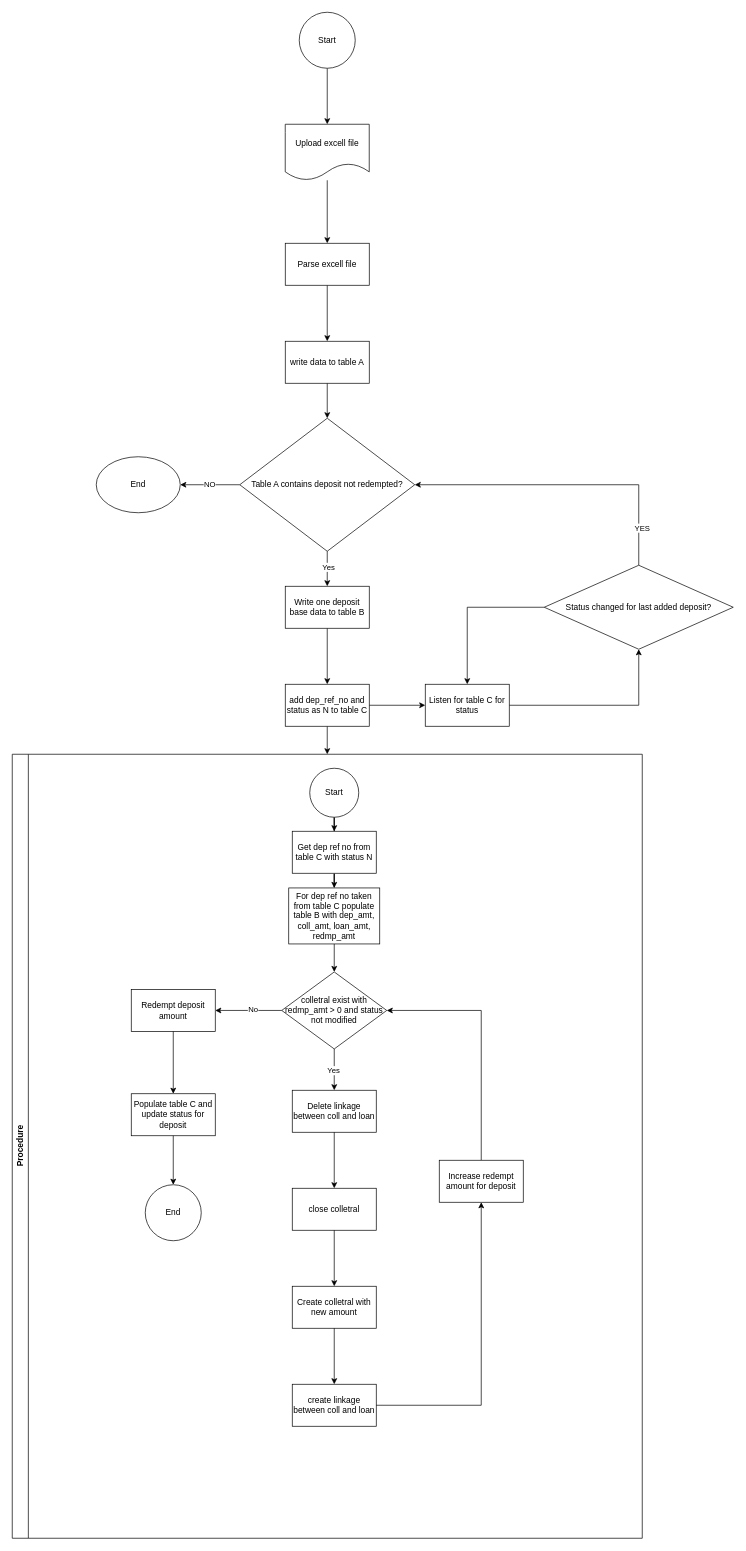
Earlier version of the draw.io diagram Untitled Diagram.drawio (mhasanov1996/diagrams). Source tidied: cells renumbered, new cells numbered last; positions are measured from the earlier drawing's top-left corner, leaving out a move shared by most shapes. Both pictures are drawn from the tidied source at 70%, with x=0, y=0 at pixel (12, 12).
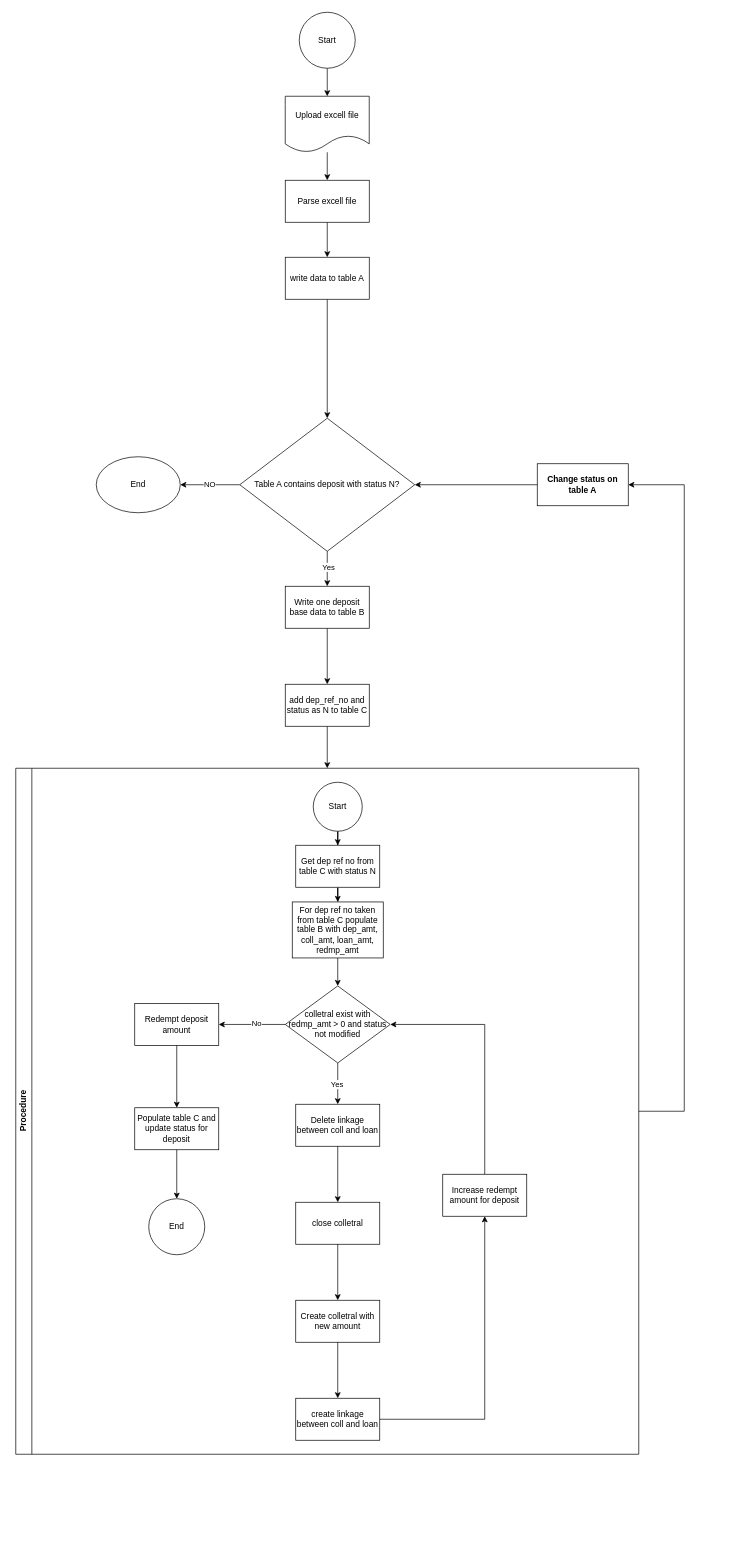
The same diagram, later.

Unchanged cells that the change refers to:
```xml
<mxCell id="51" value="add dep_ref_no and status as N to table C" style="whiteSpace=wrap;html=1;" parent="1" vertex="1">
  <mxGeometry x="390" y="960" width="120" height="60" as="geometry" />
</mxCell>
```

What changed in the source:
```diff
@@
     <mxCell id="5" value="Upload excell file" style="shape=document;whiteSpace=wrap;html=1;boundedLbl=1;" parent="1" vertex="1">
-      <mxGeometry x="390" y="160" width="120" height="80" as="geometry" />
+      <mxGeometry x="390" y="120" width="120" height="80" as="geometry" />
     </mxCell>
@@
     <mxCell id="7" value="Parse excell file" style="whiteSpace=wrap;html=1;" parent="1" vertex="1">
-      <mxGeometry x="390" y="330" width="120" height="60" as="geometry" />
+      <mxGeometry x="390" y="240" width="120" height="60" as="geometry" />
     </mxCell>
@@
     <mxCell id="9" value="write data to table A" style="whiteSpace=wrap;html=1;" parent="1" vertex="1">
-      <mxGeometry x="390" y="470" width="120" height="60" as="geometry" />
+      <mxGeometry x="390" y="350" width="120" height="60" as="geometry" />
     </mxCell>
@@
-    <mxCell id="15" value="Table A contains deposit not redempted?" style="rhombus;whiteSpace=wrap;html=1;" parent="1" vertex="1">
+    <mxCell id="15" value="Table A contains deposit with status N?" style="rhombus;whiteSpace=wrap;html=1;" parent="1" vertex="1">
       <mxGeometry x="325" y="580" width="250" height="190" as="geometry" />
     </mxCell>
@@
+    <mxCell id="53" style="edgeStyle=orthogonalEdgeStyle;rounded=0;jettySize=auto;html=1;exitX=1;exitY=0.5;exitDx=0;exitDy=0;entryX=1;entryY=0.5;entryDx=0;entryDy=0;" parent="1" edge="1" source="17" target="54">
+      <mxGeometry relative="1" as="geometry">
+        <Array as="points">
+          <mxPoint x="960" y="1570" />
+          <mxPoint x="960" y="675" />
+        </Array>
+      </mxGeometry>
+    </mxCell>
     <mxCell id="17" value="Procedure" style="swimlane;horizontal=0;whiteSpace=wrap;html=1;" parent="1" vertex="1">
-      <mxGeometry y="1060" width="900" height="1120" as="geometry" />
+      <mxGeometry x="5" y="1080" width="890" height="980" as="geometry" />
     </mxCell>
@@
-    <mxCell id="44" style="edgeStyle=orthogonalEdgeStyle;rounded=0;jettySize=auto;html=1;" parent="1" edge="1" source="45" target="48">
-      <mxGeometry relative="1" as="geometry" />
-    </mxCell>
-    <mxCell id="45" value="Listen for table C for status" style="whiteSpace=wrap;html=1;" parent="1" vertex="1">
-      <mxGeometry x="590" y="960" width="120" height="60" as="geometry" />
-    </mxCell>
-    <mxCell id="46" style="edgeStyle=orthogonalEdgeStyle;rounded=0;jettySize=auto;html=1;entryX=1;entryY=0.5;entryDx=0;entryDy=0;" parent="1" edge="1" source="48" target="15">
-      <mxGeometry relative="1" as="geometry">
-        <Array as="points">
-          <mxPoint x="895" y="675" />
-        </Array>
-      </mxGeometry>
-    </mxCell>
-    <mxCell id="47" value="YES" style="edgeLabel;html=1;align=center;verticalAlign=middle;" parent="46" vertex="1">
-      <mxGeometry x="-0.75" y="-4" relative="1" as="geometry" />
-    </mxCell>
-    <mxCell id="48" value="Status changed for last added deposit?" style="rhombus;whiteSpace=wrap;html=1;" parent="1" vertex="1">
-      <mxGeometry x="760" y="790" width="270" height="120" as="geometry" />
-    </mxCell>
@@
-    <mxCell id="50" style="edgeStyle=orthogonalEdgeStyle;rounded=0;jettySize=auto;html=1;entryX=0;entryY=0.5;entryDx=0;entryDy=0;" parent="1" edge="1" source="51" target="45">
-      <mxGeometry relative="1" as="geometry" />
-    </mxCell>
@@
-    <mxCell id="52" style="edgeStyle=orthogonalEdgeStyle;rounded=0;jettySize=auto;html=1;entryX=0.5;entryY=0;entryDx=0;entryDy=0;" parent="1" edge="1" source="48" target="45">
-      <mxGeometry relative="1" as="geometry" />
-    </mxCell>
+    <mxCell id="54" value="Change status on table A" style="whiteSpace=wrap;html=1;fontStyle=1;startSize=23;" parent="1" vertex="1">
+      <mxGeometry x="750" y="645" width="130" height="60" as="geometry" />
+    </mxCell>
+    <mxCell id="55" style="edgeStyle=orthogonalEdgeStyle;rounded=0;jettySize=auto;html=1;entryX=1;entryY=0.5;entryDx=0;entryDy=0;" parent="1" edge="1" source="54" target="15">
+      <mxGeometry relative="1" as="geometry" />
+    </mxCell>
```
